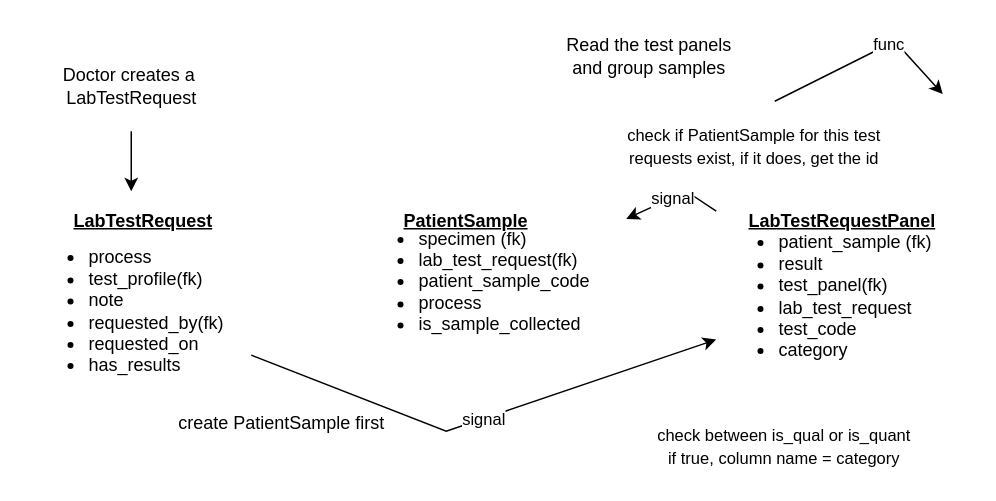
Earlier version of the draw.io diagram easymed-lab.drawio (PROTO-TYPE-SOLUTIONS/easymed). Source tidied: cells renumbered, new cells numbered last; positions are measured from the earlier drawing's top-left corner, leaving out a move shared by most shapes. Both pictures are drawn from the tidied source at 150%, with x=0, y=0 at pixel (26, 26).
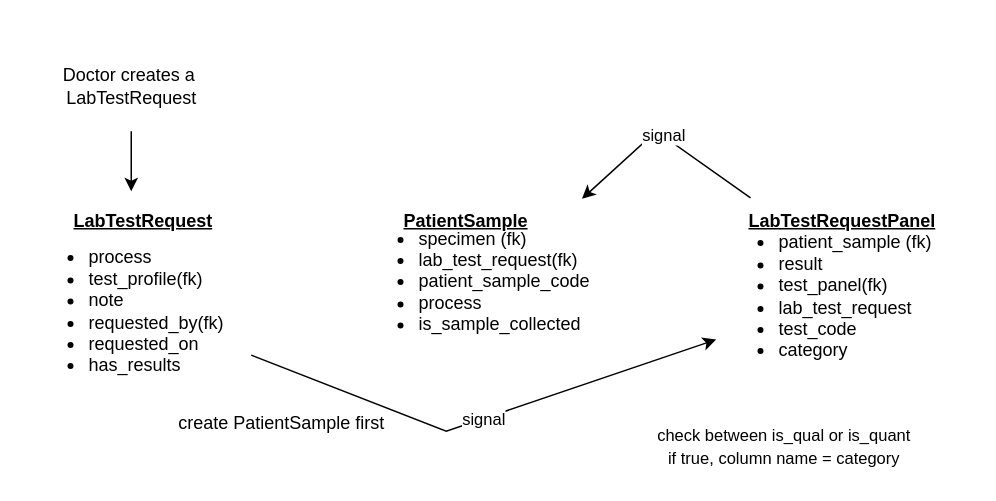
The same diagram, later.

Unchanged cells that the change refers to:
```xml
<mxCell id="5" value="&lt;ul&gt;&lt;li&gt;specimen (fk)&lt;/li&gt;&lt;li&gt;lab_test_request(fk)&lt;/li&gt;&lt;li&gt;patient_sample_code&lt;/li&gt;&lt;li&gt;process&lt;/li&gt;&lt;li&gt;is_sample_collected&lt;/li&gt;&lt;/ul&gt;" style="text;html=1;align=left;verticalAlign=middle;points=[];strokeColor=none;fillColor=none;" parent="1" vertex="1">
  <mxGeometry x="220" y="115" width="180" height="110" as="geometry" />
</mxCell>
<mxCell id="6" value="&lt;ul&gt;&lt;li&gt;patient_sample (fk)&lt;/li&gt;&lt;li&gt;result&lt;/li&gt;&lt;li&gt;test_panel(fk)&lt;/li&gt;&lt;li&gt;lab_test_request&lt;/li&gt;&lt;li&gt;test_code&lt;/li&gt;&lt;li&gt;category&lt;/li&gt;&lt;/ul&gt;" style="text;html=1;align=left;verticalAlign=middle;points=[];strokeColor=none;fillColor=none;" parent="1" vertex="1">
  <mxGeometry x="460" y="120" width="170" height="120" as="geometry" />
</mxCell>
<mxCell id="7" value="&lt;b&gt;&lt;font size=&quot;1&quot; style=&quot;&quot;&gt;&lt;u style=&quot;font-size: 12px;&quot;&gt;LabTestRequestPanel&lt;/u&gt;&lt;/font&gt;&lt;/b&gt;" style="text;html=1;align=left;verticalAlign=middle;points=[];strokeColor=none;fillColor=none;" parent="1" vertex="1">
  <mxGeometry x="480" y="115" width="150" height="30" as="geometry" />
</mxCell>
```

Change to the diagram source:
```diff
@@
-    <mxCell id="8" style="endArrow=classic;html=1;rounded=0;" parent="1" edge="1" source="6" target="5">
+    <mxCell id="8" style="endArrow=classic;html=1;rounded=0;exitX=0.019;exitY=-0.02;exitDx=0;exitDy=0;exitPerimeter=0;" parent="1" edge="1" source="7" target="5">
       <mxGeometry relative="1" as="geometry">
         <Array as="points">
-          <mxPoint x="440" y="110" />
+          <mxPoint x="420" y="70" />
         </Array>
       </mxGeometry>
     </mxCell>
@@
-    <mxCell id="12" value="Read the test panels&lt;div&gt;and group samples&lt;/div&gt;" style="text;html=1;align=center;verticalAlign=middle;strokeColor=none;fillColor=none;" parent="1" vertex="1">
-      <mxGeometry x="350" width="130" height="40" as="geometry" />
-    </mxCell>
-    <mxCell id="13" style="endArrow=classic;html=1;rounded=0;entryX=0.012;entryY=0.21;entryDx=0;entryDy=0;entryPerimeter=0;" parent="1" edge="1">
-      <mxGeometry relative="1" as="geometry">
-        <mxPoint x="499" y="50" as="sourcePoint" />
-        <mxPoint x="611" y="45.2" as="targetPoint" />
-        <Array as="points">
-          <mxPoint x="579" y="10" />
-        </Array>
-      </mxGeometry>
-    </mxCell>
-    <mxCell id="14" value="func" style="edgeLabel;html=1;align=center;verticalAlign=middle;" parent="13" vertex="1">
-      <mxGeometry x="-0.01" relative="1" as="geometry">
-        <mxPoint x="15" y="-8" as="offset" />
-      </mxGeometry>
-    </mxCell>
@@
-    <mxCell id="16" value="&lt;font style=&quot;font-size: 11px;&quot;&gt;check if PatientSample for this test&lt;/font&gt;&lt;div&gt;&lt;font style=&quot;font-size: 11px;&quot;&gt;requests exist,&amp;nbsp;&lt;/font&gt;&lt;span style=&quot;font-size: 11px; background-color: initial;&quot;&gt;if it does, get the id&lt;/span&gt;&lt;/div&gt;" style="text;html=1;align=center;verticalAlign=middle;strokeColor=none;fillColor=none;strokeWidth=0;" parent="1" vertex="1">
-      <mxGeometry x="390" y="60" width="190" height="40" as="geometry" />
-    </mxCell>
```
